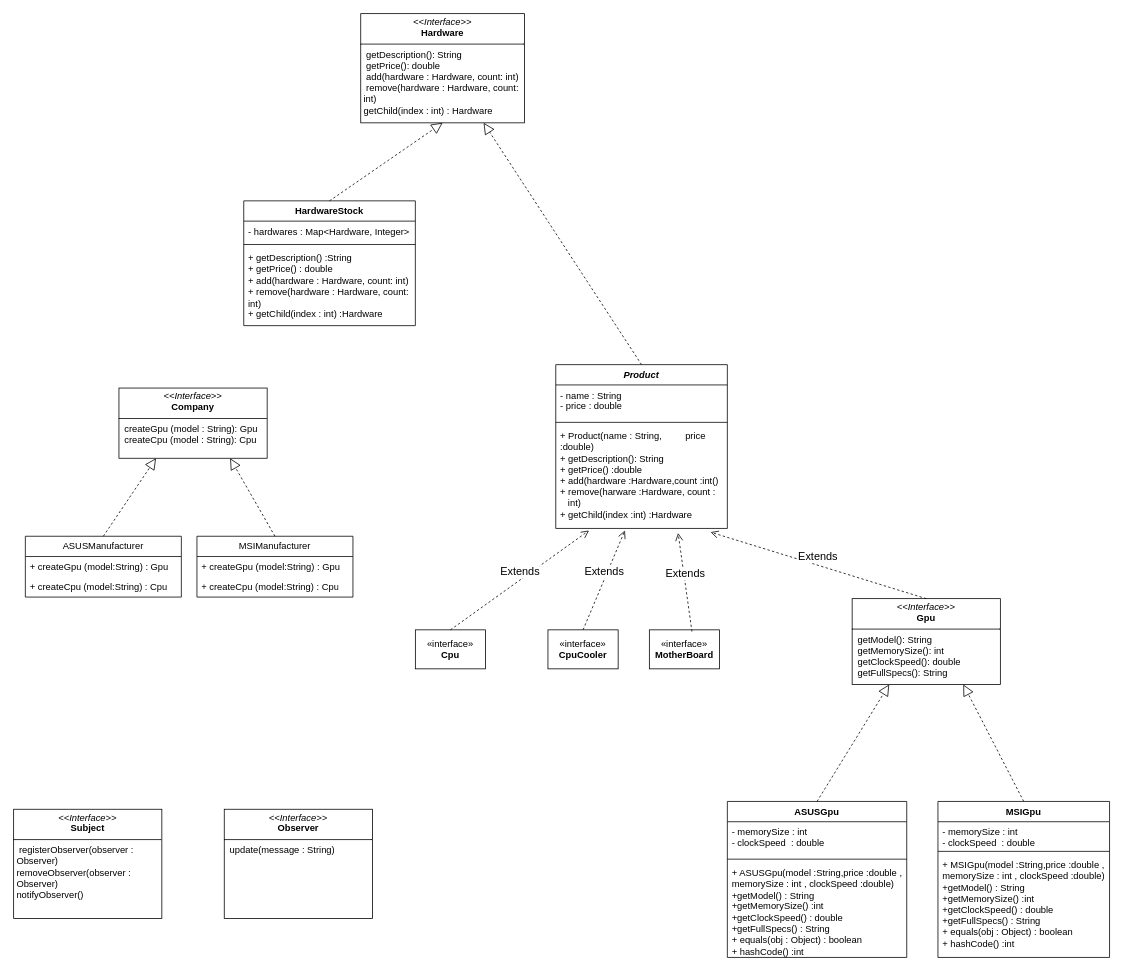
Above: Başlıksız Diyagram.drawio in Goktugberke/pattern (draw.io), before the change. Source tidied: cells renumbered, new cells numbered last; positions are measured from the earlier drawing's top-left corner, leaving out a move shared by most shapes. Both pictures are drawn from the tidied source at 78%, with x=0, y=0 at pixel (13, 13).
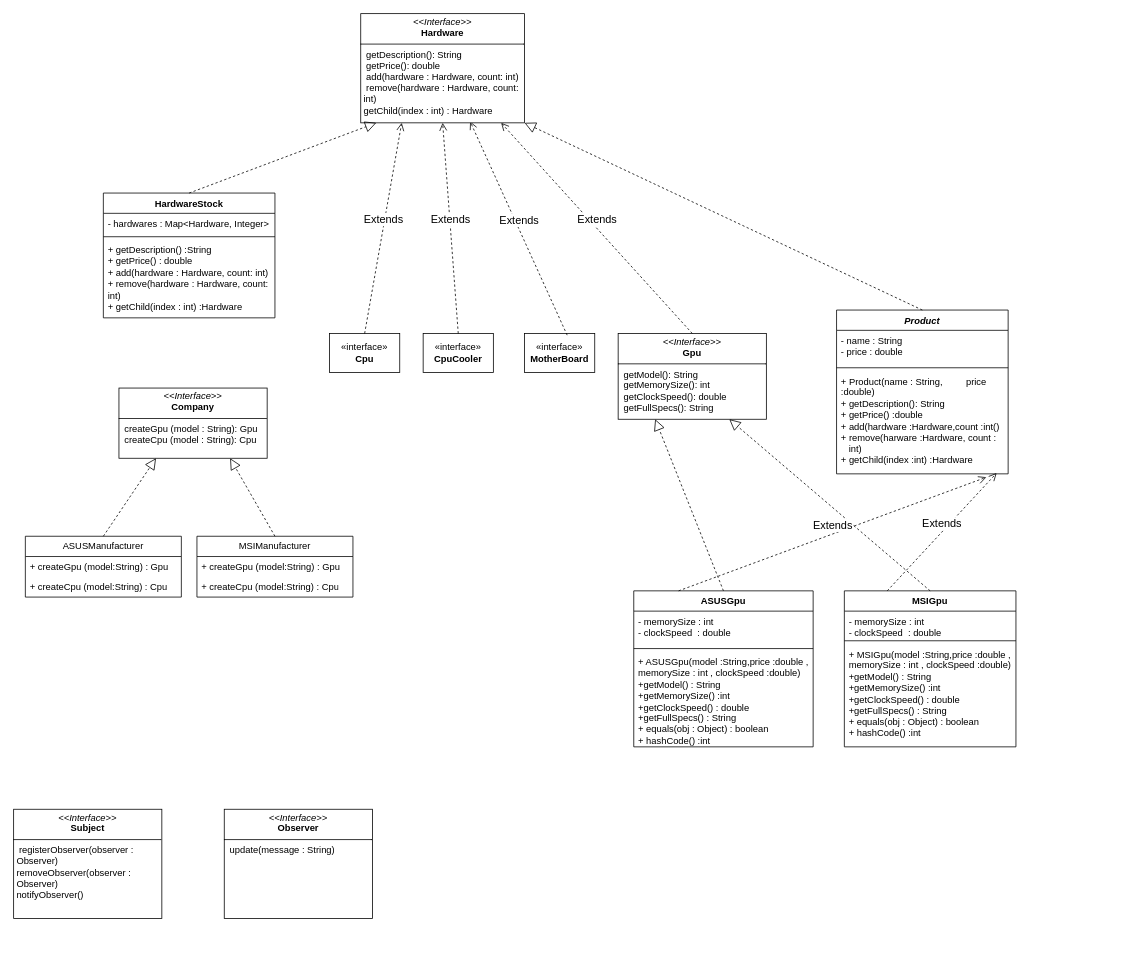
The same diagram, later.

The change refers to these unchanged cells:
```xml
<mxCell id="19" value="+ Product(name : String,&amp;nbsp; &amp;nbsp; &amp;nbsp; &amp;nbsp; &amp;nbsp;price :double)&lt;div&gt;+ getDescription(): String&lt;/div&gt;&lt;div&gt;+ getPrice() :double&lt;/div&gt;&lt;div&gt;+ add(hardware :Hardware,count :int()&lt;/div&gt;&lt;div&gt;+ remove(harware :Hardware, count :&amp;nbsp; &amp;nbsp; &amp;nbsp; &amp;nbsp;int)&lt;/div&gt;&lt;div&gt;+ getChild(index :int) :Hardware&lt;/div&gt;" style="text;strokeColor=none;fillColor=none;align=left;verticalAlign=top;spacingLeft=4;spacingRight=4;overflow=hidden;points=[[0,0.5],[1,0.5]];portConstraint=eastwest;whiteSpace=wrap;html=1;" parent="16" vertex="1">
  <mxGeometry y="78" width="220" height="132" as="geometry" />
</mxCell>
<mxCell id="33" value="&lt;p style=&quot;margin:0px;margin-top:4px;text-align:center;&quot;&gt;&lt;i&gt;&amp;lt;&amp;lt;Interface&amp;gt;&amp;gt;&lt;/i&gt;&lt;br&gt;&lt;b&gt;Hardware&lt;/b&gt;&lt;/p&gt;&lt;hr size=&quot;1&quot; style=&quot;border-style:solid;&quot;&gt;&lt;p style=&quot;margin:0px;margin-left:4px;&quot;&gt;&lt;span style=&quot;background-color: initial;&quot;&gt;&amp;nbsp;getDescription(): String&lt;/span&gt;&lt;/p&gt;&lt;p style=&quot;margin:0px;margin-left:4px;&quot;&gt;&amp;nbsp;getPrice(): double&lt;/p&gt;&lt;p style=&quot;margin:0px;margin-left:4px;&quot;&gt;&amp;nbsp;add(hardware : Hardware, count: int)&lt;/p&gt;&lt;p style=&quot;margin:0px;margin-left:4px;&quot;&gt;&amp;nbsp;remove&lt;span style=&quot;background-color: initial;&quot;&gt;(hardware : Hardware, count: int)&lt;/span&gt;&lt;/p&gt;&lt;p style=&quot;margin:0px;margin-left:4px;&quot;&gt;&lt;span style=&quot;background-color: initial;&quot;&gt;getChild(index : int) : Hardware&lt;/span&gt;&lt;/p&gt;&lt;div&gt;&lt;span style=&quot;background-color: initial;&quot;&gt;&lt;br&gt;&lt;/span&gt;&lt;/div&gt;&lt;p style=&quot;margin:0px;margin-left:4px;&quot;&gt;&lt;br&gt;&lt;/p&gt;" style="verticalAlign=top;align=left;overflow=fill;html=1;whiteSpace=wrap;" parent="1" vertex="1">
  <mxGeometry x="445" width="210" height="140" as="geometry" />
</mxCell>
```

The edit, as a diff of the source:
```diff
@@
     <mxCell id="2" value="«interface»&lt;br&gt;&lt;b&gt;Cpu&lt;/b&gt;" style="html=1;whiteSpace=wrap;" parent="1" vertex="1">
-      <mxGeometry x="515" y="790" width="90" height="50" as="geometry" />
+      <mxGeometry x="405" y="410" width="90" height="50" as="geometry" />
     </mxCell>
     <mxCell id="3" value="«interface»&lt;br&gt;&lt;b&gt;CpuCooler&lt;/b&gt;" style="html=1;whiteSpace=wrap;" parent="1" vertex="1">
-      <mxGeometry x="685" y="790" width="90" height="50" as="geometry" />
+      <mxGeometry x="525" y="410" width="90" height="50" as="geometry" />
     </mxCell>
     <mxCell id="4" value="«interface»&lt;br&gt;&lt;b&gt;MotherBoard&lt;/b&gt;" style="html=1;whiteSpace=wrap;" parent="1" vertex="1">
-      <mxGeometry x="815" y="790" width="90" height="50" as="geometry" />
+      <mxGeometry x="655" y="410" width="90" height="50" as="geometry" />
     </mxCell>
     <mxCell id="5" value="ASUSGpu" style="swimlane;fontStyle=1;align=center;verticalAlign=top;horizontal=1;startSize=26;whiteSpace=wrap;html=1;" parent="1" vertex="1">
-      <mxGeometry x="915" y="1010" width="230" height="200" as="geometry" />
+      <mxGeometry x="795" y="740" width="230" height="200" as="geometry" />
     </mxCell>
@@
     <mxCell id="9" value="&lt;p style=&quot;margin:0px;margin-top:4px;text-align:center;&quot;&gt;&lt;i&gt;&amp;lt;&amp;lt;Interface&amp;gt;&amp;gt;&lt;/i&gt;&lt;br&gt;&lt;b&gt;Gpu&lt;/b&gt;&lt;/p&gt;&lt;hr size=&quot;1&quot; style=&quot;border-style:solid;&quot;&gt;&lt;p style=&quot;margin:0px;margin-left:4px;&quot;&gt;&amp;nbsp;getModel(): String&lt;br&gt;&amp;nbsp;getMemorySize(): int&lt;/p&gt;&lt;p style=&quot;margin:0px;margin-left:4px;&quot;&gt;&amp;nbsp;getClockSpeed(): double&lt;/p&gt;&lt;p style=&quot;margin:0px;margin-left:4px;&quot;&gt;&amp;nbsp;getFullSpecs(): String&lt;/p&gt;" style="verticalAlign=top;align=left;overflow=fill;html=1;whiteSpace=wrap;" parent="1" vertex="1">
-      <mxGeometry x="1075" y="750" width="190" height="110" as="geometry" />
+      <mxGeometry x="775" y="410" width="190" height="110" as="geometry" />
     </mxCell>
     <mxCell id="10" value="MSIGpu" style="swimlane;fontStyle=1;align=center;verticalAlign=top;horizontal=1;startSize=26;whiteSpace=wrap;html=1;" parent="1" vertex="1">
-      <mxGeometry x="1185" y="1010" width="220" height="200" as="geometry" />
+      <mxGeometry x="1065" y="740" width="220" height="200" as="geometry" />
     </mxCell>
@@
     <mxCell id="16" value="&lt;i&gt;Product&lt;/i&gt;" style="swimlane;fontStyle=1;align=center;verticalAlign=top;horizontal=1;startSize=26;whiteSpace=wrap;html=1;" parent="1" vertex="1">
-      <mxGeometry x="695" y="450" width="220" height="210" as="geometry" />
+      <mxGeometry x="1055" y="380" width="220" height="210" as="geometry" />
     </mxCell>
@@
-    <mxCell id="20" value="&lt;span style=&quot;font-size: 14px;&quot;&gt;Extends&lt;/span&gt;" style="html=1;verticalAlign=bottom;endArrow=open;dashed=1;endSize=8;curved=0;rounded=0;entryX=0.713;entryY=1.044;entryDx=0;entryDy=0;entryPerimeter=0;exitX=0.607;exitY=0.044;exitDx=0;exitDy=0;exitPerimeter=0;" parent="1" edge="1" source="4" target="19">
+    <mxCell id="20" value="&lt;span style=&quot;font-size: 14px;&quot;&gt;Extends&lt;/span&gt;" style="html=1;verticalAlign=bottom;endArrow=open;dashed=1;endSize=8;curved=0;rounded=0;entryX=0.668;entryY=0.988;entryDx=0;entryDy=0;entryPerimeter=0;exitX=0.607;exitY=0.044;exitDx=0;exitDy=0;exitPerimeter=0;" parent="1" edge="1" source="4" target="33">
       <mxGeometry relative="1" as="geometry" />
     </mxCell>
-    <mxCell id="21" value="&lt;font style=&quot;font-size: 14px;&quot;&gt;Extends&lt;/font&gt;" style="html=1;verticalAlign=bottom;endArrow=open;dashed=1;endSize=8;curved=0;rounded=0;entryX=0.902;entryY=1.036;entryDx=0;entryDy=0;entryPerimeter=0;exitX=0.5;exitY=0;exitDx=0;exitDy=0;" parent="1" edge="1" source="9" target="19">
-      <mxGeometry relative="1" as="geometry" />
+    <mxCell id="21" value="&lt;font style=&quot;font-size: 14px;&quot;&gt;Extends&lt;/font&gt;" style="html=1;verticalAlign=bottom;endArrow=open;dashed=1;endSize=8;curved=0;rounded=0;exitX=0.5;exitY=0;exitDx=0;exitDy=0;" parent="1" edge="1" source="9">
+      <mxGeometry relative="1" as="geometry">
+        <mxPoint x="625" y="140" as="targetPoint" />
+      </mxGeometry>
     </mxCell>
-    <mxCell id="22" value="&lt;font style=&quot;font-size: 14px;&quot;&gt;Extends&lt;/font&gt;" style="html=1;verticalAlign=bottom;endArrow=open;dashed=1;endSize=8;curved=0;rounded=0;entryX=0.403;entryY=1.02;entryDx=0;entryDy=0;entryPerimeter=0;exitX=0.5;exitY=0;exitDx=0;exitDy=0;" parent="1" edge="1" source="3" target="19">
+    <mxCell id="22" value="&lt;font style=&quot;font-size: 14px;&quot;&gt;Extends&lt;/font&gt;" style="html=1;verticalAlign=bottom;endArrow=open;dashed=1;endSize=8;curved=0;rounded=0;entryX=0.5;entryY=1;entryDx=0;entryDy=0;exitX=0.5;exitY=0;exitDx=0;exitDy=0;" parent="1" edge="1" source="3" target="33">
       <mxGeometry relative="1" as="geometry" />
     </mxCell>
-    <mxCell id="23" value="&lt;font style=&quot;font-size: 14px;&quot;&gt;Extends&lt;/font&gt;" style="html=1;verticalAlign=bottom;endArrow=open;dashed=1;endSize=8;curved=0;rounded=0;entryX=0.194;entryY=1.02;entryDx=0;entryDy=0;entryPerimeter=0;exitX=0.5;exitY=0;exitDx=0;exitDy=0;" parent="1" edge="1" source="2" target="19">
+    <mxCell id="23" value="&lt;font style=&quot;font-size: 14px;&quot;&gt;Extends&lt;/font&gt;" style="html=1;verticalAlign=bottom;endArrow=open;dashed=1;endSize=8;curved=0;rounded=0;entryX=0.25;entryY=1;entryDx=0;entryDy=0;exitX=0.5;exitY=0;exitDx=0;exitDy=0;" parent="1" edge="1" source="2" target="33">
       <mxGeometry relative="1" as="geometry" />
     </mxCell>
@@
     <mxCell id="34" value="HardwareStock" style="swimlane;fontStyle=1;align=center;verticalAlign=top;horizontal=1;startSize=26;whiteSpace=wrap;html=1;" parent="1" vertex="1">
-      <mxGeometry x="295" y="240" width="220" height="160" as="geometry" />
+      <mxGeometry x="115" y="230" width="220" height="160" as="geometry" />
     </mxCell>
@@
-    <mxCell id="38" style="endArrow=block;dashed=1;endFill=0;endSize=12;html=1;rounded=0;entryX=0.5;entryY=1;entryDx=0;entryDy=0;exitX=0.5;exitY=0;exitDx=0;exitDy=0;" parent="1" edge="1" source="34" target="33">
+    <mxCell id="38" style="endArrow=block;dashed=1;endFill=0;endSize=12;html=1;rounded=0;entryX=0.095;entryY=1;entryDx=0;entryDy=0;exitX=0.5;exitY=0;exitDx=0;exitDy=0;entryPerimeter=0;" parent="1" edge="1" source="34" target="33">
       <mxGeometry relative="1" as="geometry" />
     </mxCell>
@@
-    <mxCell id="41" style="endArrow=block;dashed=1;endFill=0;endSize=12;html=1;rounded=0;exitX=0.5;exitY=0;exitDx=0;exitDy=0;entryX=0.75;entryY=1;entryDx=0;entryDy=0;" parent="1" edge="1" source="16" target="33">
+    <mxCell id="41" style="endArrow=block;dashed=1;endFill=0;endSize=12;html=1;rounded=0;exitX=0.5;exitY=0;exitDx=0;exitDy=0;entryX=1;entryY=1;entryDx=0;entryDy=0;" parent="1" edge="1" source="16" target="33">
       <mxGeometry relative="1" as="geometry" />
     </mxCell>
+    <mxCell id="42" value="&lt;font style=&quot;font-size: 14px;&quot;&gt;Extends&lt;/font&gt;" style="html=1;verticalAlign=bottom;endArrow=open;dashed=1;endSize=8;curved=0;rounded=0;entryX=0.873;entryY=1.033;entryDx=0;entryDy=0;exitX=0.25;exitY=0;exitDx=0;exitDy=0;entryPerimeter=0;" parent="1" edge="1" source="5" target="19">
+      <mxGeometry relative="1" as="geometry" />
+    </mxCell>
+    <mxCell id="43" value="&lt;font style=&quot;font-size: 14px;&quot;&gt;Extends&lt;/font&gt;" style="html=1;verticalAlign=bottom;endArrow=open;dashed=1;endSize=8;curved=0;rounded=0;entryX=0.933;entryY=0.992;entryDx=0;entryDy=0;exitX=0.25;exitY=0;exitDx=0;exitDy=0;entryPerimeter=0;" parent="1" edge="1" source="10" target="19">
+      <mxGeometry relative="1" as="geometry" />
+    </mxCell>
```
